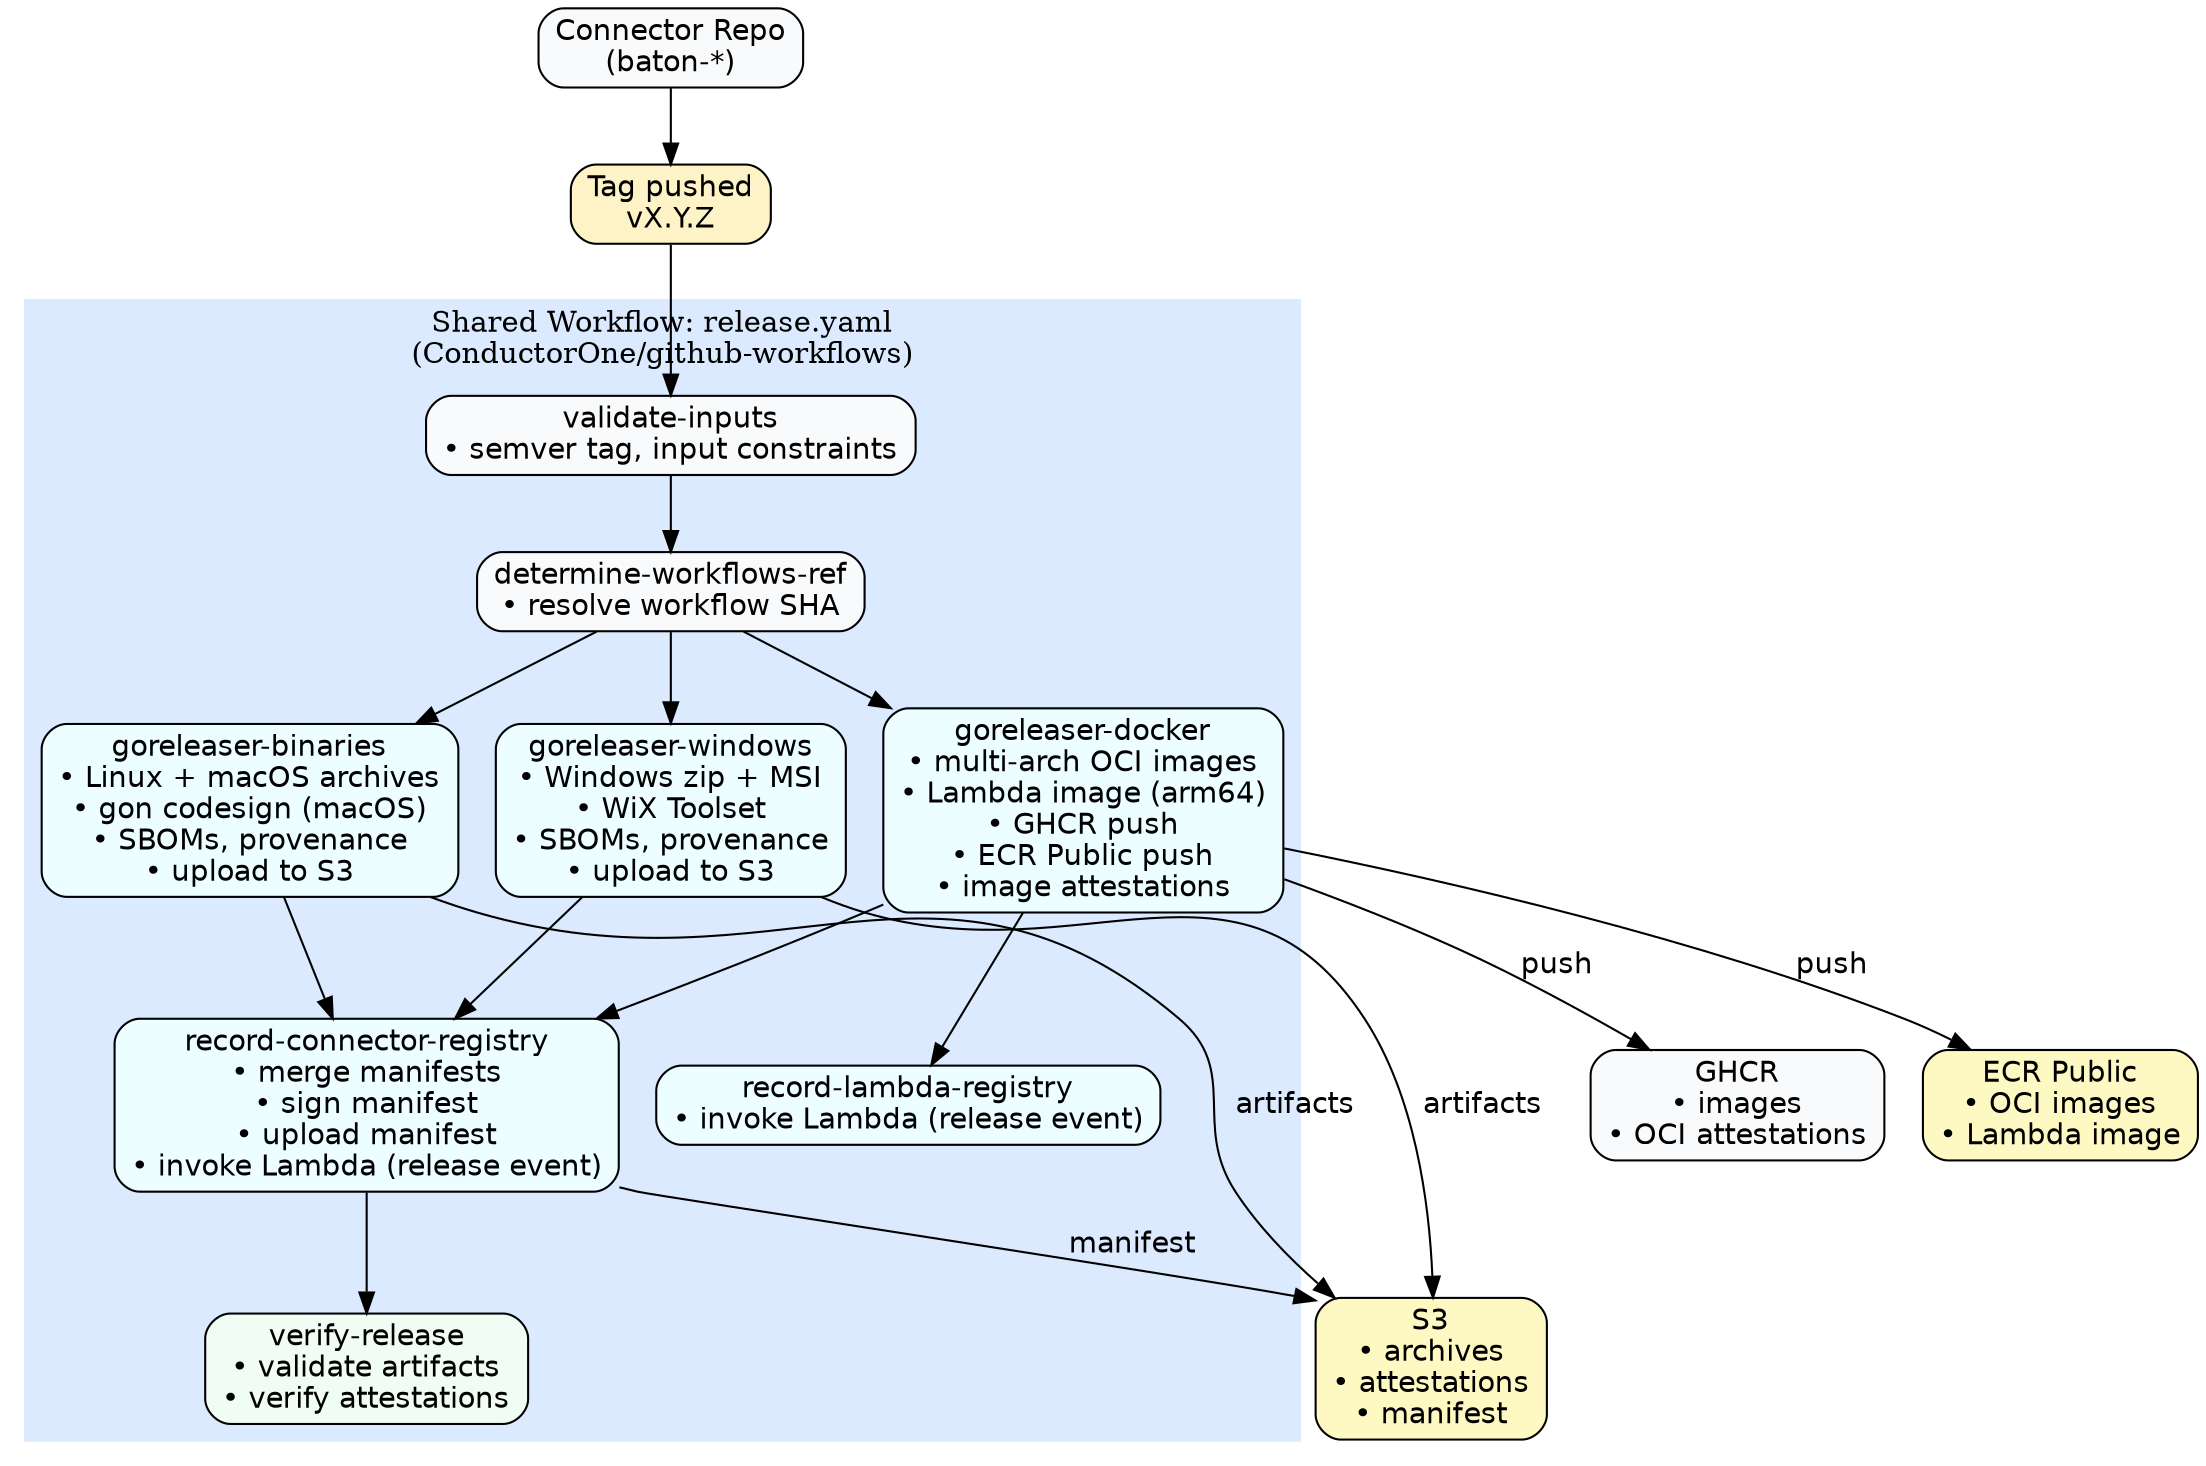
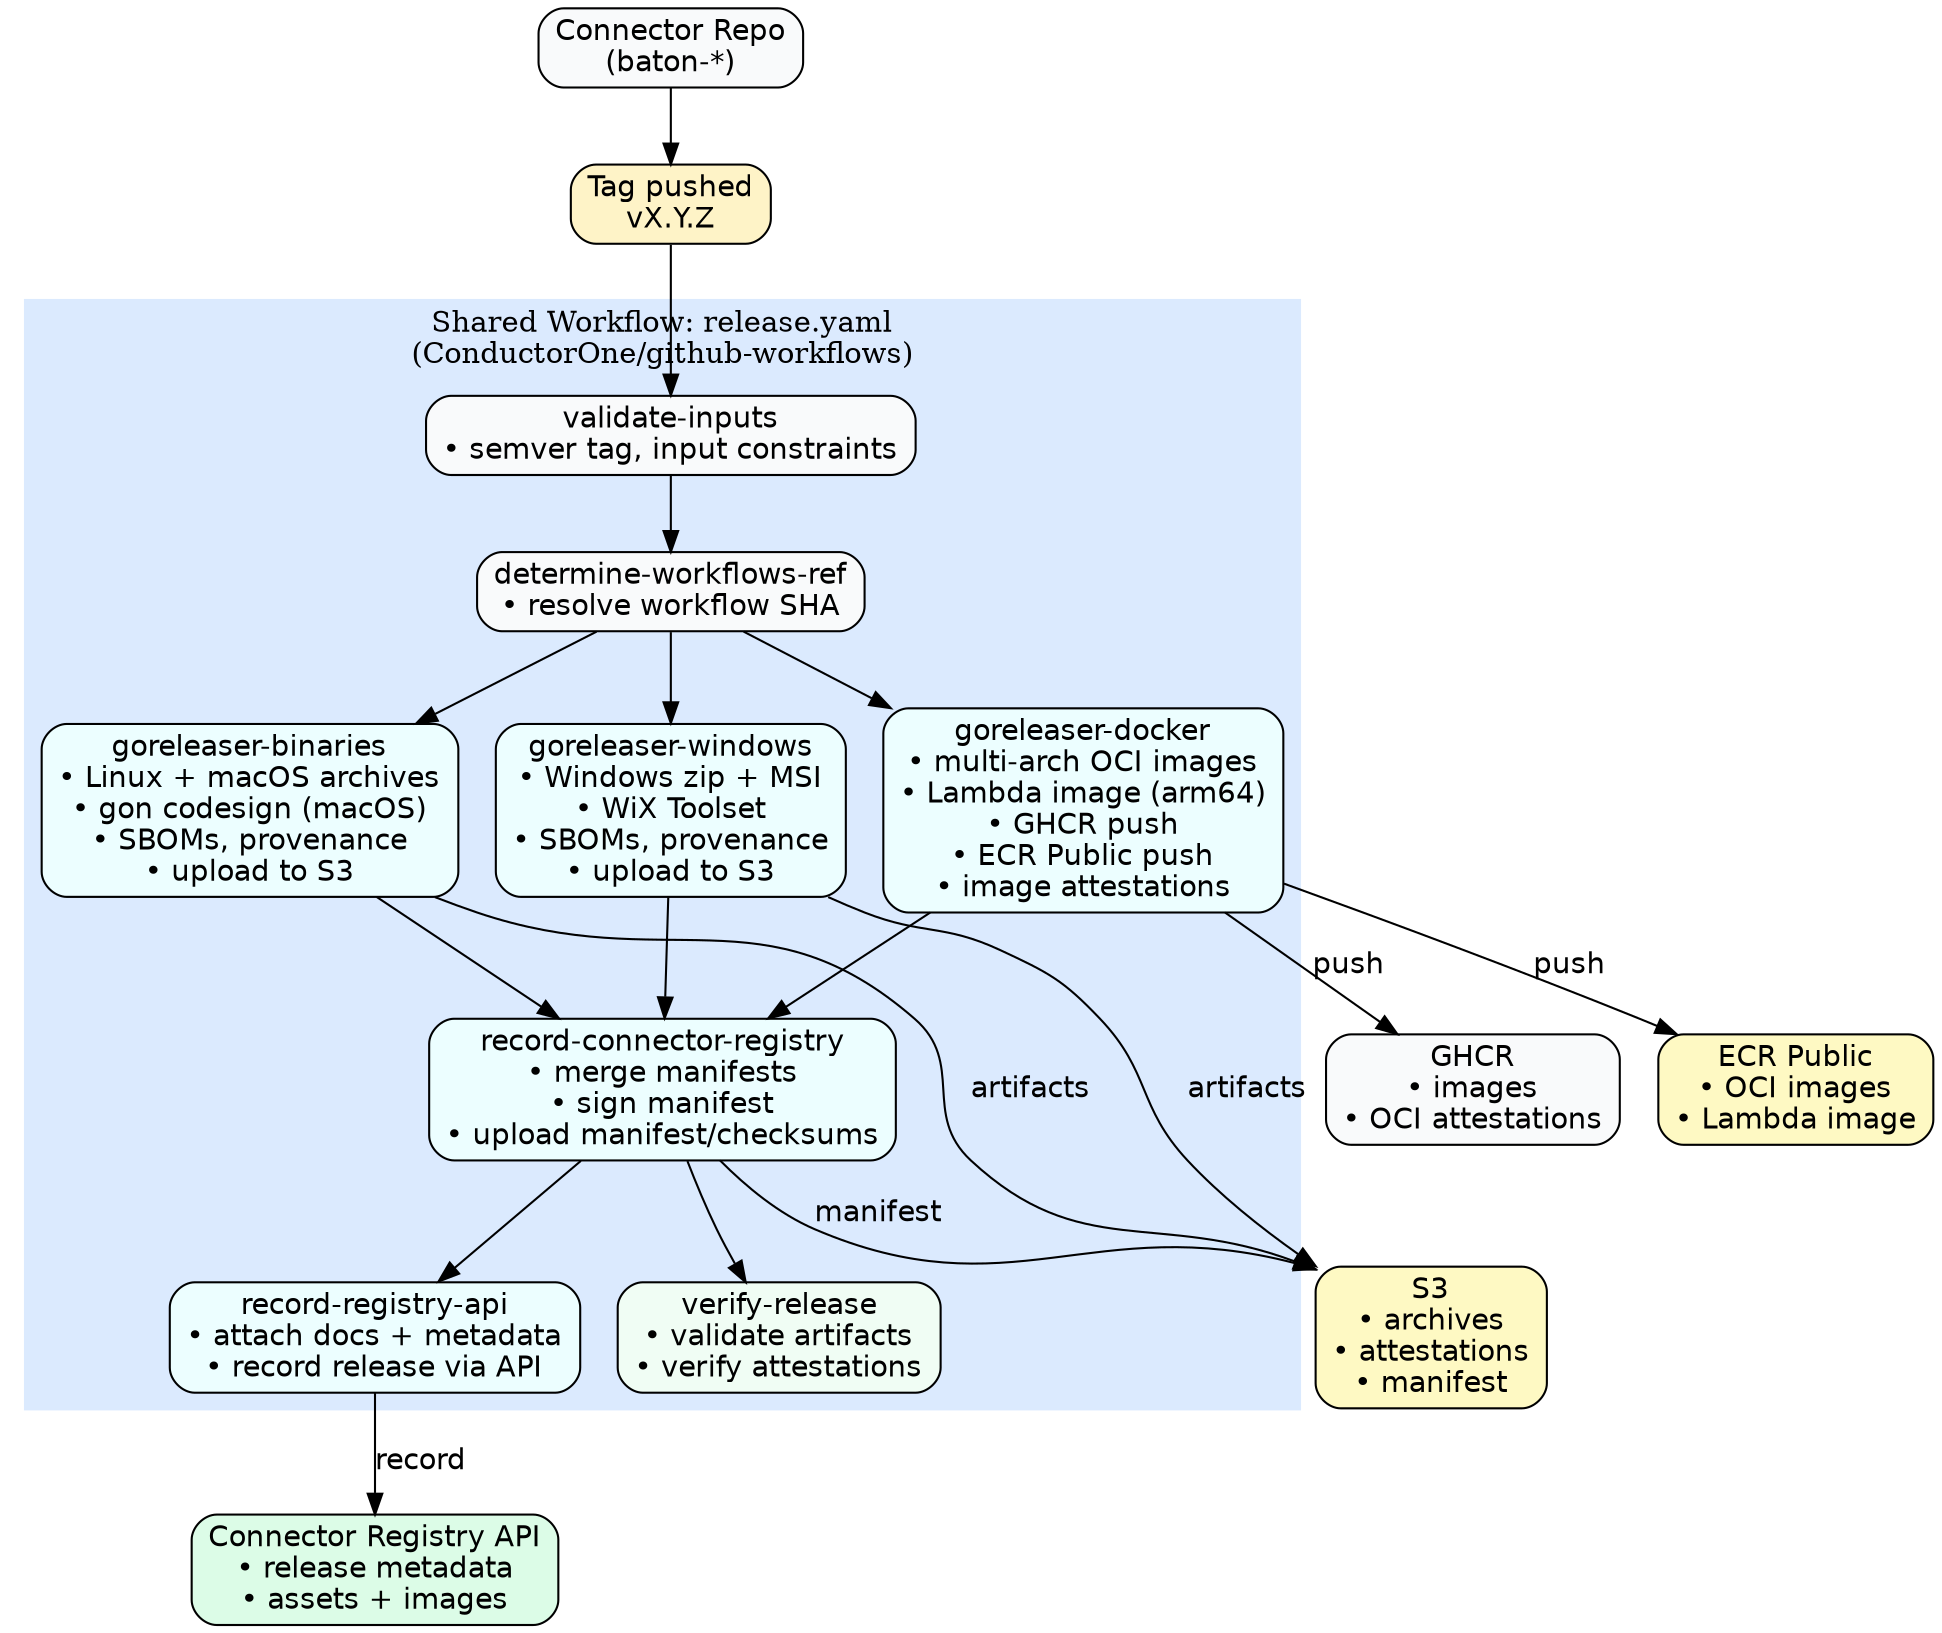
digraph ReleaseWorkflow {
  rankdir=TB;
  node [shape=box, style="rounded,filled", fillcolor=white, fontname="Helvetica"];
  edge [fontname="Helvetica"];

  // Connector repo calls shared workflow
  connector_repo [label="Connector Repo\n(baton-*)", fillcolor="#f9fafb"];
  tag [label="Tag pushed\nvX.Y.Z", fillcolor="#fef3c7"];

  // Shared workflow cluster
  subgraph cluster_jobs {
    label = "Shared Workflow: release.yaml\n(ConductorOne/github-workflows)";
    style="filled";
    color="#dbeafe";

    validate [label="validate-inputs\n• semver tag, input constraints", fillcolor="#f9fafb"];

    determine_ref [label="determine-workflows-ref\n• resolve workflow SHA", fillcolor="#f9fafb"];

    binaries [label="goreleaser-binaries\n• Linux + macOS archives\n• gon codesign (macOS)\n• SBOMs, provenance\n• upload to S3", fillcolor="#ecfeff"];

    windows [label="goreleaser-windows\n• Windows zip + MSI\n• WiX Toolset\n• SBOMs, provenance\n• upload to S3", fillcolor="#ecfeff"];

    docker [label="goreleaser-docker\n• multi-arch OCI images\n• Lambda image (arm64)\n• GHCR push\n• ECR Public push\n• image attestations", fillcolor="#ecfeff"];

-     record [label="record-connector-registry\n• merge manifests\n• sign manifest\n• upload manifest\n• invoke Lambda (release event)", fillcolor="#ecfeff"];
+     record [label="record-connector-registry\n• merge manifests\n• sign manifest\n• upload manifest/checksums", fillcolor="#ecfeff"];

-     record_lambda [label="record-lambda-registry\n• invoke Lambda (release event)", fillcolor="#ecfeff"];
+     registry_api [label="record-registry-api\n• attach docs + metadata\n• record release via API", fillcolor="#ecfeff"];

    verify [label="verify-release\n• validate artifacts\n• verify attestations", fillcolor="#f0fdf4"];
  }

  // Outputs
  s3 [label="S3\n• archives\n• attestations\n• manifest", fillcolor="#fef9c3"];
  ghcr [label="GHCR\n• images\n• OCI attestations", fillcolor="#f9fafb"];
  ecr [label="ECR Public\n• OCI images\n• Lambda image", fillcolor="#fef9c3"];
+   registry [label="Connector Registry API\n• release metadata\n• assets + images", fillcolor="#dcfce7"];

  // Flow
  connector_repo -> tag;
  tag -> validate;
  validate -> determine_ref;
  determine_ref -> binaries;
  determine_ref -> windows;
  determine_ref -> docker;
  binaries -> record;
  windows -> record;
  docker -> record;
-   docker -> record_lambda;
  binaries -> s3 [label="artifacts"];
  windows -> s3 [label="artifacts"];
  docker -> ghcr [label="push"];
  docker -> ecr [label="push"];
  record -> s3 [label="manifest"];
+   record -> registry_api;
+   registry_api -> registry [label="record"];
  record -> verify;
}
